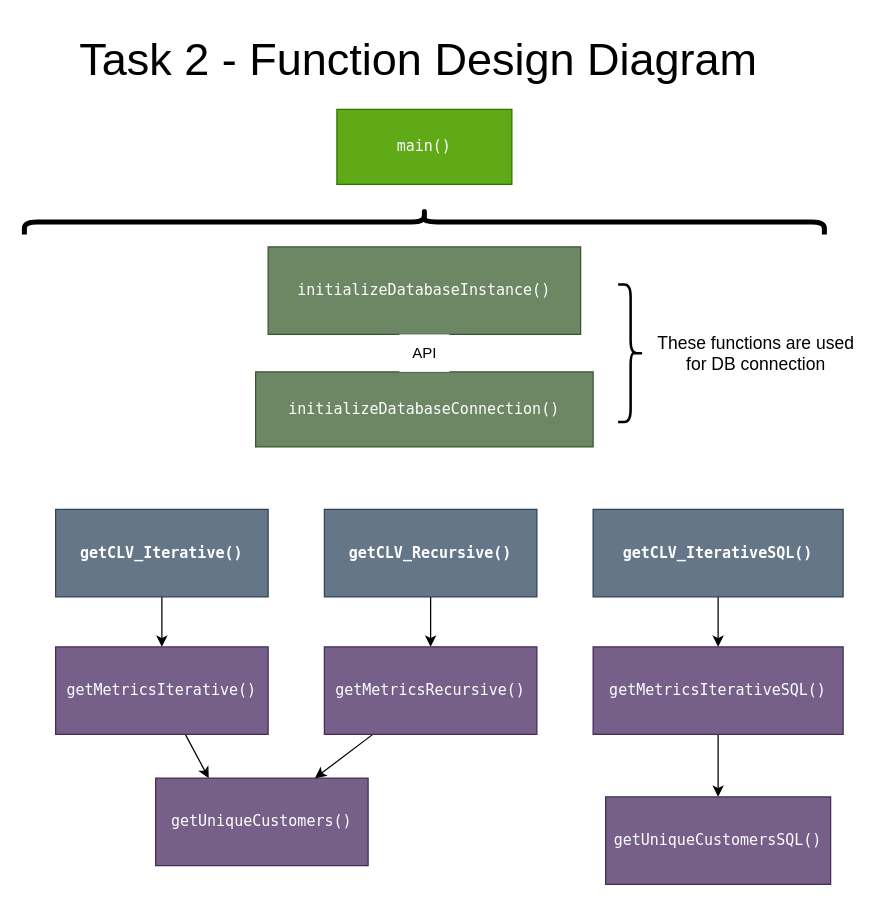
Musiik-fn/622-Final-Project keeps this draw.io diagram as Task 2/Task2_Functions.drawio. Above is the earlier version. Source tidied: cells renumbered, new cells numbered last; positions are measured from the earlier drawing's top-left corner, leaving out a move shared by most shapes. Both pictures are drawn from the tidied source at 125%, with x=0, y=0 at pixel (55, -179).
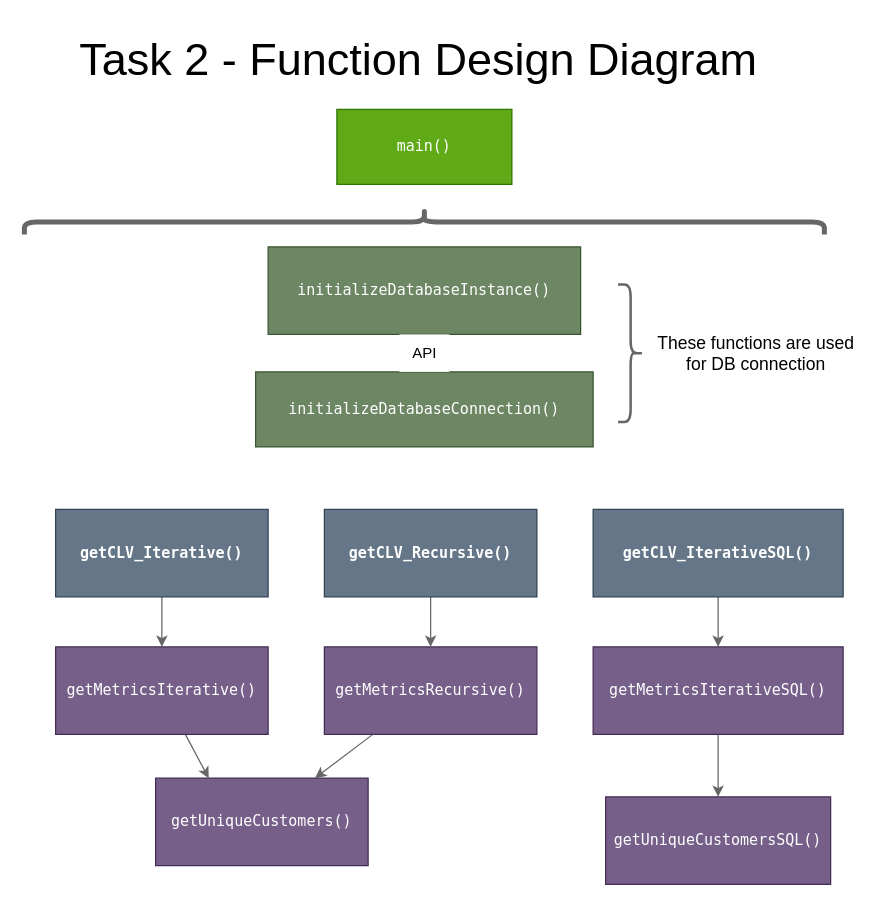
The same page after the edit.

Unchanged cells that the change refers to:
```xml
<mxCell id="4" value="&lt;font face=&quot;Lucida Console&quot;&gt;&lt;b&gt;getCLV_Iterative()&lt;/b&gt;&lt;/font&gt;" style="rounded=0;whiteSpace=wrap;html=1;fillColor=#647687;strokeColor=#314354;fontColor=#ffffff;" parent="1" vertex="1">
  <mxGeometry y="550" width="170" height="70" as="geometry" />
</mxCell>
<mxCell id="6" value="&lt;font face=&quot;Lucida Console&quot;&gt;&lt;b&gt;getCLV_Recursive()&lt;/b&gt;&lt;/font&gt;" style="rounded=0;whiteSpace=wrap;html=1;fillColor=#647687;strokeColor=#314354;fontColor=#ffffff;" parent="1" vertex="1">
  <mxGeometry x="215" y="550" width="170" height="70" as="geometry" />
</mxCell>
<mxCell id="8" value="&lt;font face=&quot;Lucida Console&quot;&gt;getUniqueCustomers()&lt;/font&gt;" style="rounded=0;whiteSpace=wrap;html=1;fillColor=#76608a;strokeColor=#432D57;fontColor=#ffffff;" parent="1" vertex="1">
  <mxGeometry x="80" y="765" width="170" height="70" as="geometry" />
</mxCell>
<mxCell id="10" value="&lt;font face=&quot;Lucida Console&quot;&gt;getMetricsIterative()&lt;/font&gt;" style="rounded=0;whiteSpace=wrap;html=1;fillColor=#76608a;strokeColor=#432D57;fontColor=#ffffff;" parent="1" vertex="1">
  <mxGeometry y="660" width="170" height="70" as="geometry" />
</mxCell>
<mxCell id="15" value="&lt;font face=&quot;Lucida Console&quot;&gt;getMetricsRecursive()&lt;/font&gt;" style="rounded=0;whiteSpace=wrap;html=1;fillColor=#76608a;strokeColor=#432D57;fontColor=#ffffff;" parent="1" vertex="1">
  <mxGeometry x="215" y="660" width="170" height="70" as="geometry" />
</mxCell>
<mxCell id="17" value="&lt;font face=&quot;Lucida Console&quot;&gt;getMetricsIterativeSQL()&lt;/font&gt;" style="rounded=0;whiteSpace=wrap;html=1;fillColor=#76608a;strokeColor=#432D57;fontColor=#ffffff;" parent="1" vertex="1">
  <mxGeometry x="430" y="660" width="200" height="70" as="geometry" />
</mxCell>
<mxCell id="18" value="&lt;font face=&quot;Lucida Console&quot;&gt;&lt;b&gt;getCLV_IterativeSQL()&lt;/b&gt;&lt;/font&gt;" style="rounded=0;whiteSpace=wrap;html=1;fillColor=#647687;strokeColor=#314354;fontColor=#ffffff;" parent="1" vertex="1">
  <mxGeometry x="430" y="550" width="200" height="70" as="geometry" />
</mxCell>
<mxCell id="19" value="&lt;font face=&quot;Lucida Console&quot;&gt;getUniqueCustomersSQL()&lt;/font&gt;" style="rounded=0;whiteSpace=wrap;html=1;fillColor=#76608a;strokeColor=#432D57;fontColor=#ffffff;" parent="1" vertex="1">
  <mxGeometry x="440" y="780" width="180" height="70" as="geometry" />
</mxCell>
```

Diff of the diagram source:
```diff
@@
-    <mxCell id="3" style="edgeStyle=none;html=1;entryX=0.5;entryY=0;entryDx=0;entryDy=0;" parent="1" edge="1" source="4" target="10">
+    <mxCell id="3" style="edgeStyle=none;html=1;entryX=0.5;entryY=0;entryDx=0;entryDy=0;fillColor=#f5f5f5;strokeColor=#666666;" parent="1" edge="1" source="4" target="10">
       <mxGeometry relative="1" as="geometry" />
     </mxCell>
@@
-    <mxCell id="5" style="edgeStyle=none;curved=1;html=1;entryX=0.5;entryY=0;entryDx=0;entryDy=0;" parent="1" edge="1" source="6" target="15">
+    <mxCell id="5" style="edgeStyle=none;curved=1;html=1;entryX=0.5;entryY=0;entryDx=0;entryDy=0;fillColor=#f5f5f5;strokeColor=#666666;" parent="1" edge="1" source="6" target="15">
       <mxGeometry relative="1" as="geometry" />
     </mxCell>
@@
-    <mxCell id="7" style="edgeStyle=none;html=1;entryX=0.5;entryY=0;entryDx=0;entryDy=0;exitX=0.5;exitY=1;exitDx=0;exitDy=0;" parent="1" edge="1" source="18" target="17">
+    <mxCell id="7" style="edgeStyle=none;html=1;entryX=0.5;entryY=0;entryDx=0;entryDy=0;exitX=0.5;exitY=1;exitDx=0;exitDy=0;fillColor=#f5f5f5;strokeColor=#666666;" parent="1" edge="1" source="18" target="17">
       <mxGeometry relative="1" as="geometry" />
     </mxCell>
@@
-    <mxCell id="9" style="edgeStyle=none;html=1;entryX=0.25;entryY=0;entryDx=0;entryDy=0;curved=1;" parent="1" edge="1" source="10" target="8">
+    <mxCell id="9" style="edgeStyle=none;html=1;entryX=0.25;entryY=0;entryDx=0;entryDy=0;curved=1;fillColor=#f5f5f5;strokeColor=#666666;" parent="1" edge="1" source="10" target="8">
       <mxGeometry relative="1" as="geometry" />
     </mxCell>
@@
-    <mxCell id="14" style="edgeStyle=none;html=1;entryX=0.75;entryY=0;entryDx=0;entryDy=0;" parent="1" edge="1" source="15" target="8">
+    <mxCell id="14" style="edgeStyle=none;html=1;entryX=0.75;entryY=0;entryDx=0;entryDy=0;fillColor=#f5f5f5;strokeColor=#666666;" parent="1" edge="1" source="15" target="8">
       <mxGeometry relative="1" as="geometry" />
     </mxCell>
@@
-    <mxCell id="16" style="edgeStyle=none;html=1;entryX=0.5;entryY=0;entryDx=0;entryDy=0;" parent="1" edge="1" source="17" target="19">
+    <mxCell id="16" style="edgeStyle=none;html=1;entryX=0.5;entryY=0;entryDx=0;entryDy=0;fillColor=#f5f5f5;strokeColor=#666666;" parent="1" edge="1" source="17" target="19">
       <mxGeometry relative="1" as="geometry" />
     </mxCell>
@@
-    <mxCell id="22" style="shape=curlyBracket;whiteSpace=wrap;html=1;rounded=1;flipH=1;labelPosition=right;verticalLabelPosition=middle;align=left;verticalAlign=middle;fontSize=72;rotation=-90;strokeWidth=4;perimeterSpacing=0;" parent="1" vertex="1">
+    <mxCell id="22" style="shape=curlyBracket;whiteSpace=wrap;html=1;rounded=1;flipH=1;labelPosition=right;verticalLabelPosition=middle;align=left;verticalAlign=middle;fontSize=72;rotation=-90;strokeWidth=4;perimeterSpacing=0;fillColor=#f5f5f5;fontColor=#333333;strokeColor=#666666;" parent="1" vertex="1">
       <mxGeometry x="285" width="20" height="640" as="geometry" />
     </mxCell>
@@
-    <mxCell id="24" style="shape=curlyBracket;whiteSpace=wrap;html=1;rounded=1;flipH=1;labelPosition=right;verticalLabelPosition=middle;align=left;verticalAlign=middle;fontSize=72;rotation=0;strokeWidth=2;perimeterSpacing=0;" parent="1" vertex="1">
+    <mxCell id="24" style="shape=curlyBracket;whiteSpace=wrap;html=1;rounded=1;flipH=1;labelPosition=right;verticalLabelPosition=middle;align=left;verticalAlign=middle;fontSize=72;rotation=0;strokeWidth=2;perimeterSpacing=0;fillColor=#f5f5f5;fontColor=#333333;strokeColor=#666666;" parent="1" vertex="1">
       <mxGeometry x="450" y="370" width="20" height="110" as="geometry" />
     </mxCell>
```
